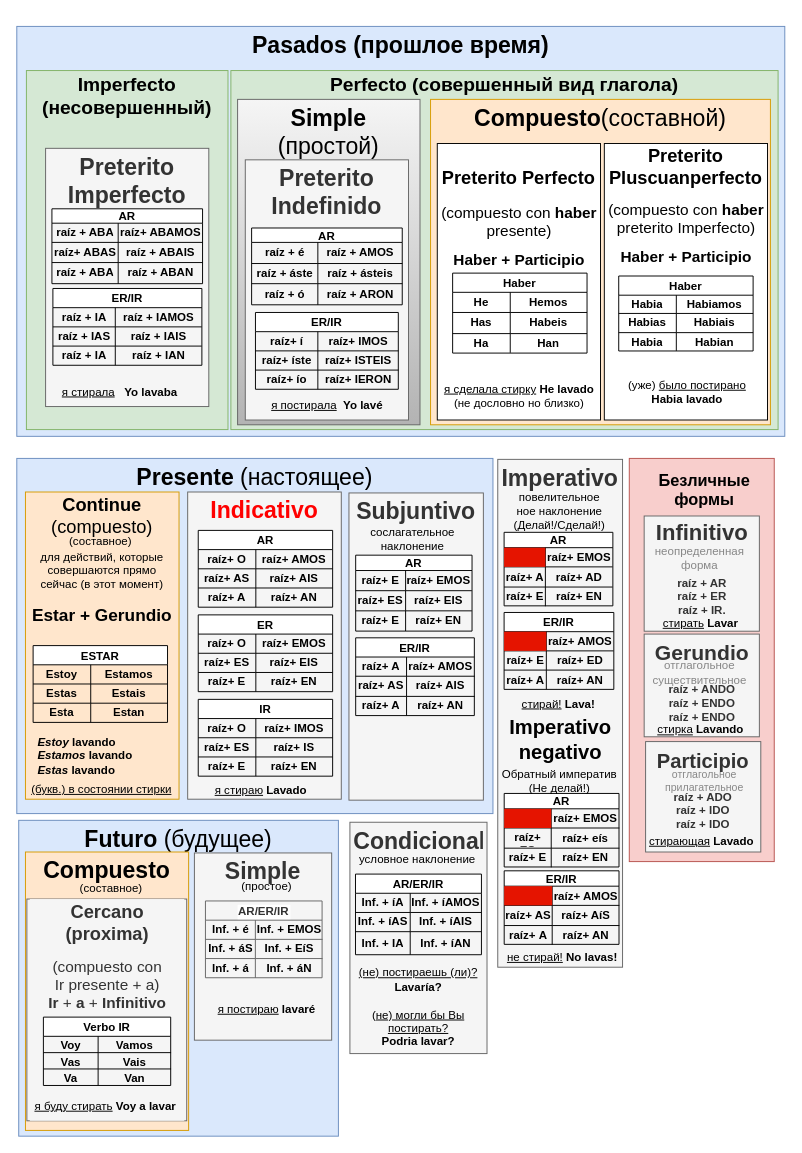
Before: espverb.drawio in 2zlodey/4drawio, a draw.io diagram. Source tidied: cells renumbered, new cells numbered last; positions are measured from the earlier drawing's top-left corner, leaving out a move shared by most shapes. Both pictures are drawn from the tidied source at 96%, with x=0, y=0 at pixel (16, 26).
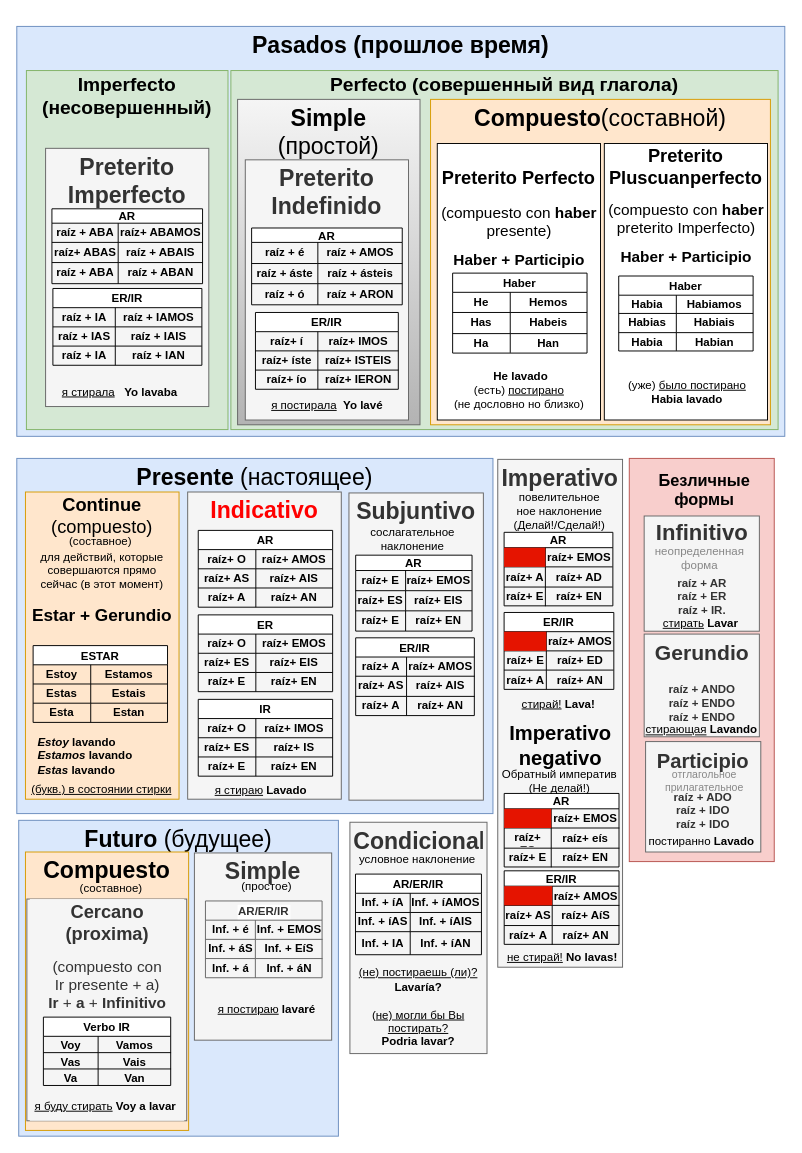
After the change.

Unchanged cells that the change refers to:
```xml
<mxCell id="65" style="group;fontStyle=1;" parent="1" vertex="1">
  <mxGeometry x="501" y="450" width="137.9" height="530" as="geometry" />
</mxCell>
<mxCell id="228" style="group;" parent="1" vertex="1">
  <mxGeometry x="638" y="450" width="151" height="420" as="geometry" />
</mxCell>
```

The edit, as a diff of the source:
```diff
@@
     <mxCell id="111" value="&lt;font style=&quot;font-size: 21px;&quot;&gt;Imperativo&lt;br&gt;negativo&lt;/font&gt;" style="text;html=1;align=center;verticalAlign=middle;strokeColor=none;fillColor=none;fontStyle=1;" parent="65" vertex="1">
-      <mxGeometry y="263" width="130" height="60" as="geometry" />
+      <mxGeometry y="269" width="130" height="60" as="geometry" />
     </mxCell>
@@
     <mxCell id="128" style="group;" parent="1" vertex="1">
-      <mxGeometry x="428" y="122" width="190" height="288" as="geometry" />
+      <mxGeometry x="428" y="122" width="190" height="293" as="geometry" />
     </mxCell>
@@
-    <mxCell id="141" value="&lt;u&gt;я сделала стирку&lt;/u&gt; &lt;b&gt;He lavado&lt;/b&gt;&lt;br&gt;(не дословно но близко)" style="text;html=1;align=center;verticalAlign=middle;strokeColor=none;fillColor=none;" parent="128" vertex="1">
-      <mxGeometry x="5" y="243" width="180" height="40" as="geometry" />
+    <mxCell id="141" value="&amp;nbsp;&lt;b&gt;He lavado&lt;br&gt;&lt;/b&gt;(есть)&amp;nbsp;&lt;u&gt;постирано&lt;/u&gt;&lt;br&gt;(не дословно но близко)" style="text;html=1;align=center;verticalAlign=middle;strokeColor=none;fillColor=none;" parent="128" vertex="1">
+      <mxGeometry x="15" y="227" width="160" height="60" as="geometry" />
     </mxCell>
@@
-    <mxCell id="235" value="отглагольное &lt;br&gt;существительное" style="text;html=1;align=center;verticalAlign=middle;strokeColor=none;fillColor=none;fontColor=#878787;" parent="228" vertex="1">
-      <mxGeometry x="12.5" y="203" width="120" height="40" as="geometry" />
-    </mxCell>
@@
-    <mxCell id="238" value="&lt;u&gt;стирка&lt;/u&gt; &lt;b&gt;Lavando&lt;/b&gt;" style="text;html=1;align=center;verticalAlign=middle;strokeColor=none;fillColor=none;" parent="228" vertex="1">
-      <mxGeometry x="18.5" y="268" width="110" height="30" as="geometry" />
+    <mxCell id="238" value="&lt;u&gt;стирающая&lt;/u&gt; &lt;b&gt;Lavando&lt;/b&gt;&lt;u&gt;&lt;b&gt;&lt;br&gt;&lt;/b&gt;&lt;/u&gt;" style="text;html=1;align=center;verticalAlign=middle;strokeColor=none;fillColor=none;" parent="228" vertex="1">
+      <mxGeometry x="4.5" y="268" width="140" height="30" as="geometry" />
     </mxCell>
-    <mxCell id="239" value="&lt;u&gt;стирающая&lt;/u&gt; &lt;b&gt;Lavado&lt;/b&gt;&lt;u&gt;&lt;b&gt;&lt;br&gt;&lt;/b&gt;&lt;/u&gt;" style="text;html=1;align=center;verticalAlign=middle;strokeColor=none;fillColor=none;" parent="228" vertex="1">
+    <mxCell id="239" value="постиранно&amp;nbsp;&lt;b&gt;Lavado&lt;/b&gt;&lt;u&gt;&lt;b&gt;&lt;br&gt;&lt;/b&gt;&lt;/u&gt;" style="text;html=1;align=center;verticalAlign=middle;strokeColor=none;fillColor=none;" parent="228" vertex="1">
       <mxGeometry x="9.5" y="384" width="130" height="30" as="geometry" />
     </mxCell>
```
